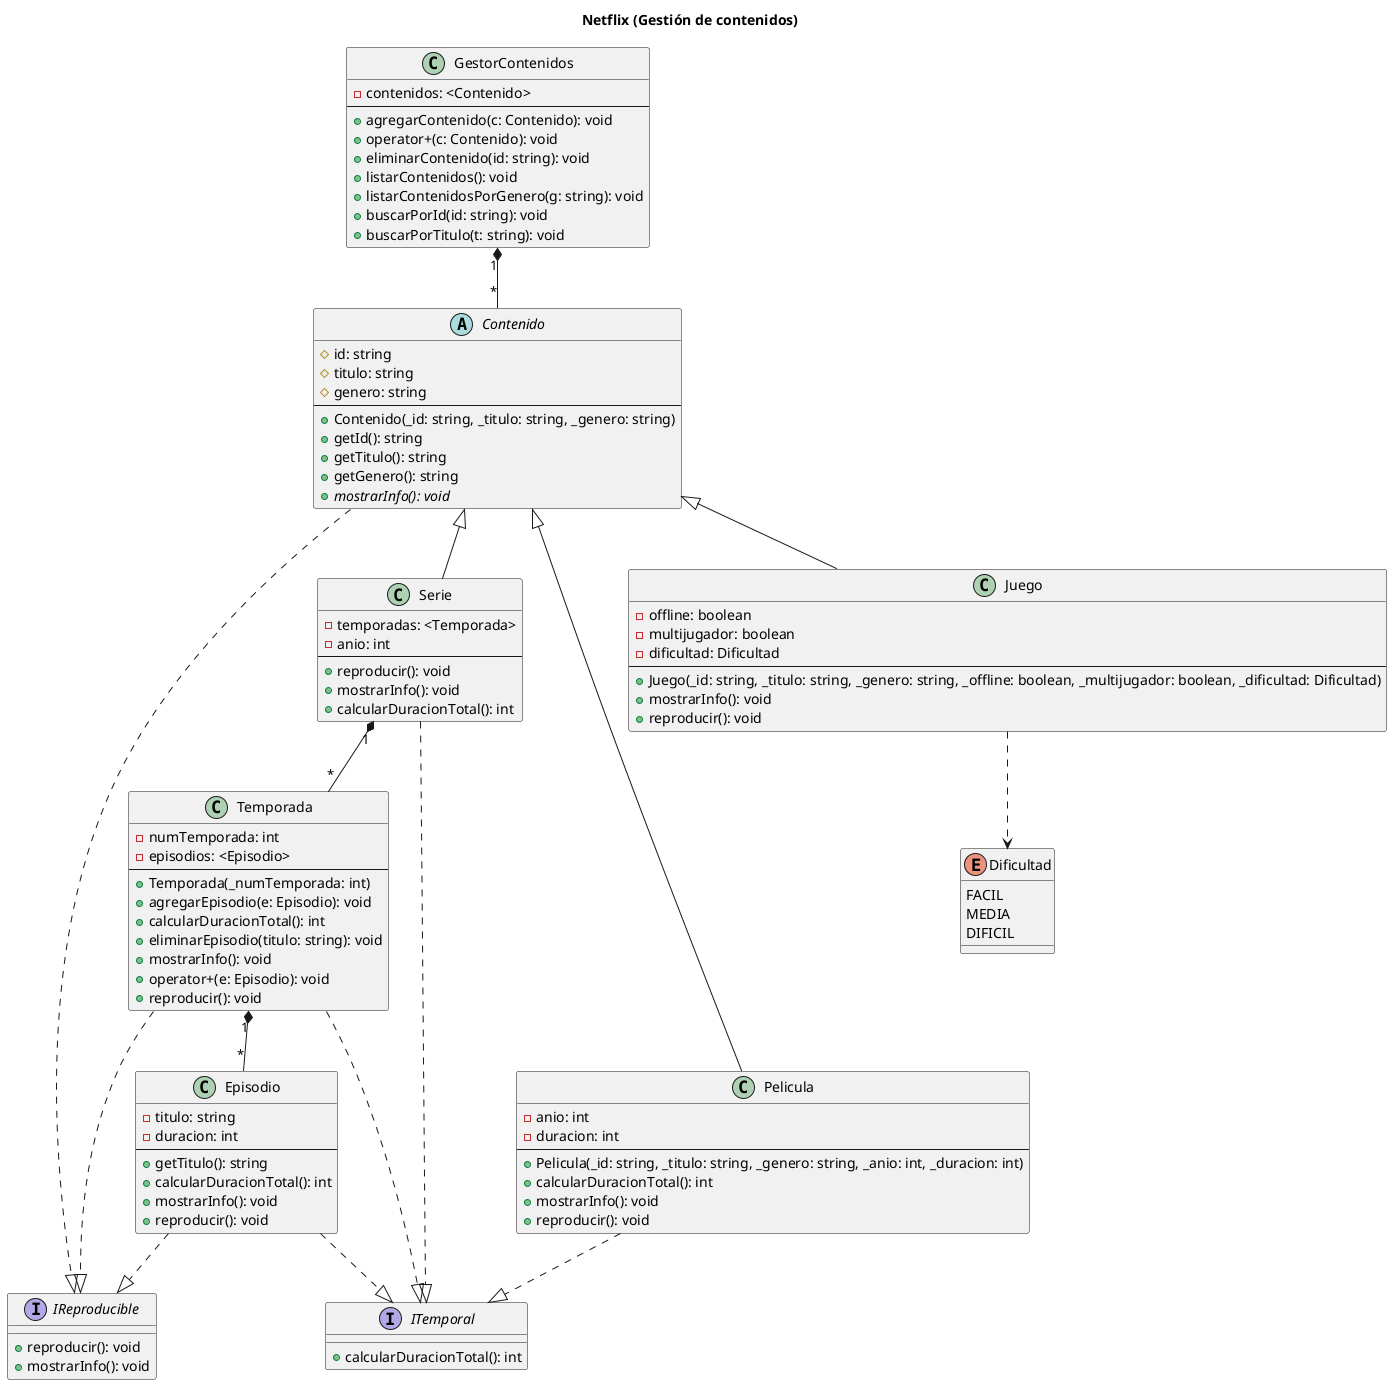
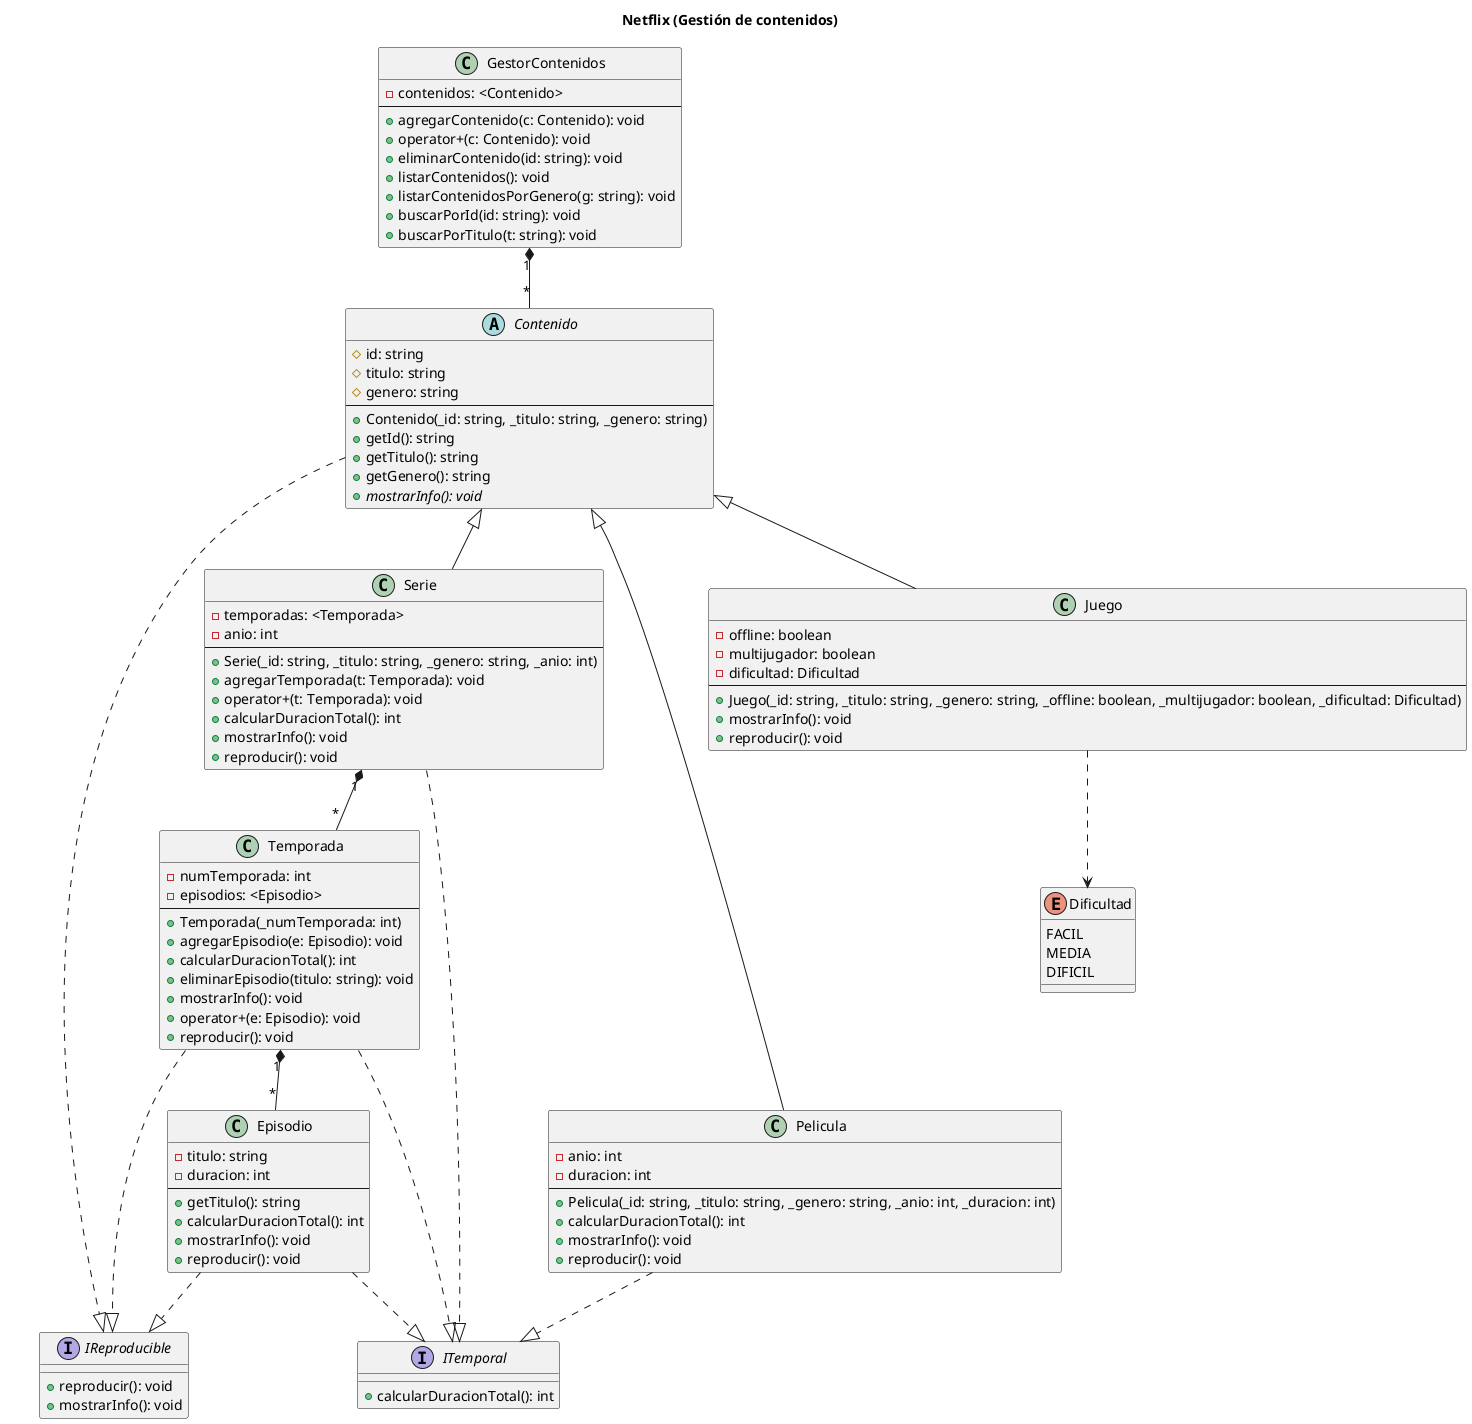
@startuml gestor_streaming
title Netflix (Gestión de contenidos)

interface IReproducible {
  + reproducir(): void
  + mostrarInfo(): void
}

interface ITemporal {
  + calcularDuracionTotal(): int
}

abstract class Contenido {
  # id: string
  # titulo: string
  # genero: string
  ---
  + Contenido(_id: string, _titulo: string, _genero: string)
  + getId(): string
  + getTitulo(): string
  + getGenero(): string
  + {abstract} mostrarInfo(): void
}

class GestorContenidos {
  - contenidos: <Contenido>
  ---
  + agregarContenido(c: Contenido): void
  + operator+(c: Contenido): void
  + eliminarContenido(id: string): void
  + listarContenidos(): void
  + listarContenidosPorGenero(g: string): void
  + buscarPorId(id: string): void
  + buscarPorTitulo(t: string): void
}

class Pelicula {
  - anio: int
  - duracion: int
  ---
  + Pelicula(_id: string, _titulo: string, _genero: string, _anio: int, _duracion: int)
  + calcularDuracionTotal(): int
  + mostrarInfo(): void
  + reproducir(): void
}

class Serie {
  - temporadas: <Temporada>
  - anio: int
  ---
+   + Serie(_id: string, _titulo: string, _genero: string, _anio: int)
+   + agregarTemporada(t: Temporada): void
+   + operator+(t: Temporada): void
+   + calcularDuracionTotal(): int
+   + mostrarInfo(): void
  + reproducir(): void
-   + mostrarInfo(): void
-   + calcularDuracionTotal(): int
}

class Juego {
  - offline: boolean
  - multijugador: boolean
  - dificultad: Dificultad
  ---
  + Juego(_id: string, _titulo: string, _genero: string, _offline: boolean, _multijugador: boolean, _dificultad: Dificultad)
  + mostrarInfo(): void
  + reproducir(): void
}

enum Dificultad {
  FACIL
  MEDIA
  DIFICIL
}

class Temporada {
  - numTemporada: int
  - episodios: <Episodio>
  ---
  + Temporada(_numTemporada: int)
  + agregarEpisodio(e: Episodio): void
  + calcularDuracionTotal(): int
  + eliminarEpisodio(titulo: string): void
  + mostrarInfo(): void
  + operator+(e: Episodio): void
  + reproducir(): void
}

class Episodio {
  - titulo: string
  - duracion: int
  ---
  + getTitulo(): string
  + calcularDuracionTotal(): int
  + mostrarInfo(): void
  + reproducir(): void
}

' Jerarquía principal
Contenido <|-- Pelicula
Contenido <|-- Serie
Contenido <|-- Juego

' Interfaces
Contenido ..|> IReproducible
Episodio ..|> IReproducible
Temporada ..|> IReproducible

Pelicula ..|> ITemporal
Serie ..|> ITemporal
Temporada ..|> ITemporal
Episodio ..|> ITemporal

' Composiciones
GestorContenidos "1" *-- "*" Contenido
Serie "1" *-- "*" Temporada
Temporada "1" *-- "*" Episodio

' Dependencia
Juego ..> Dificultad

@enduml